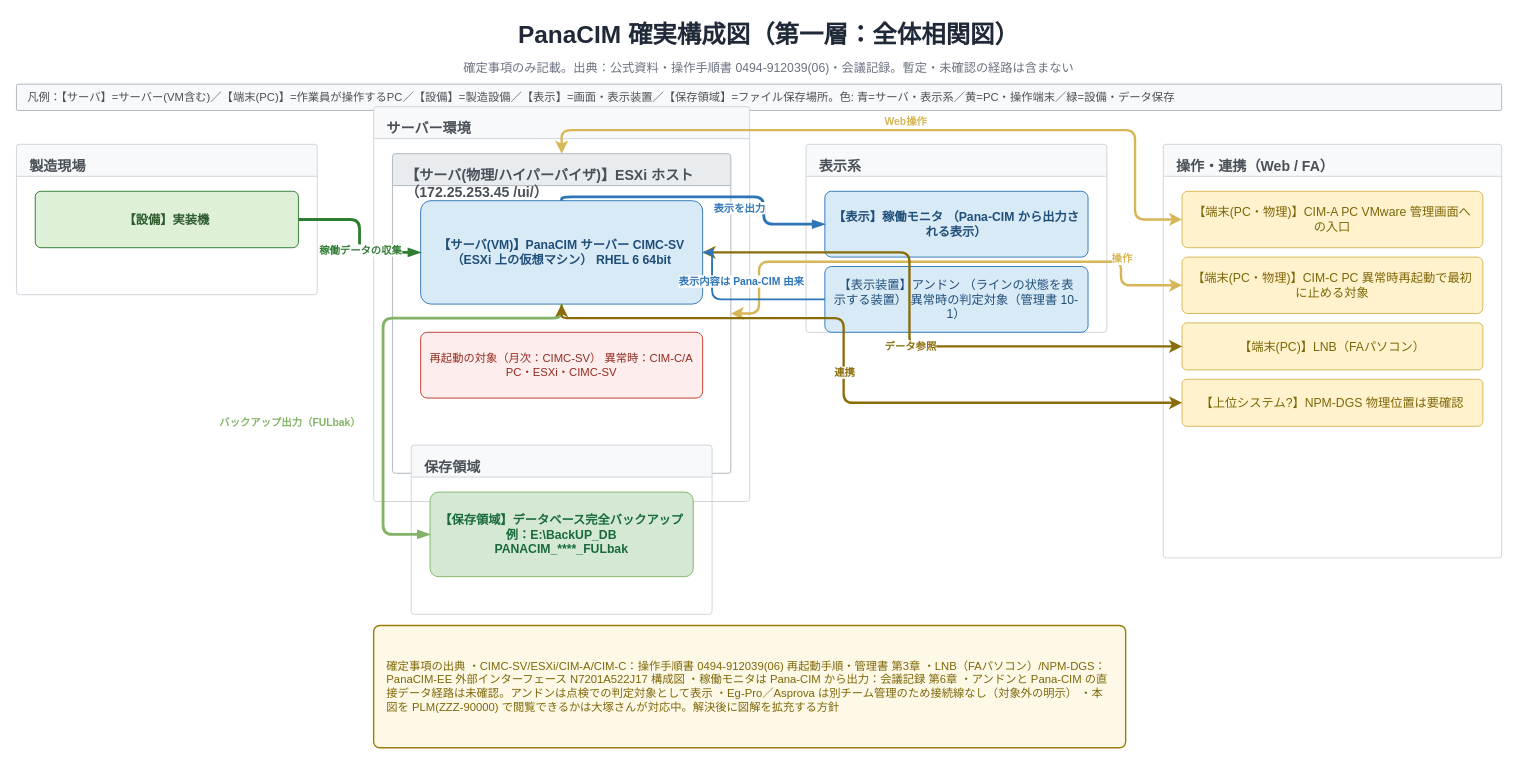
Above: page "第一層_全体相関図" (1 of 4) of workvault-sync/10_業務全般/PanaCIM_LNB/01_成果物/PanaCIM_LNB_確実構成図.drawio in nk-shino/work_vault (draw.io), before the change. Source tidied: cells renumbered, new cells numbered last; positions are measured from the earlier drawing's top-left corner, leaving out a move shared by most shapes. Both pictures are drawn from the tidied source at 94%, with x=0, y=0 at pixel (16, 16).
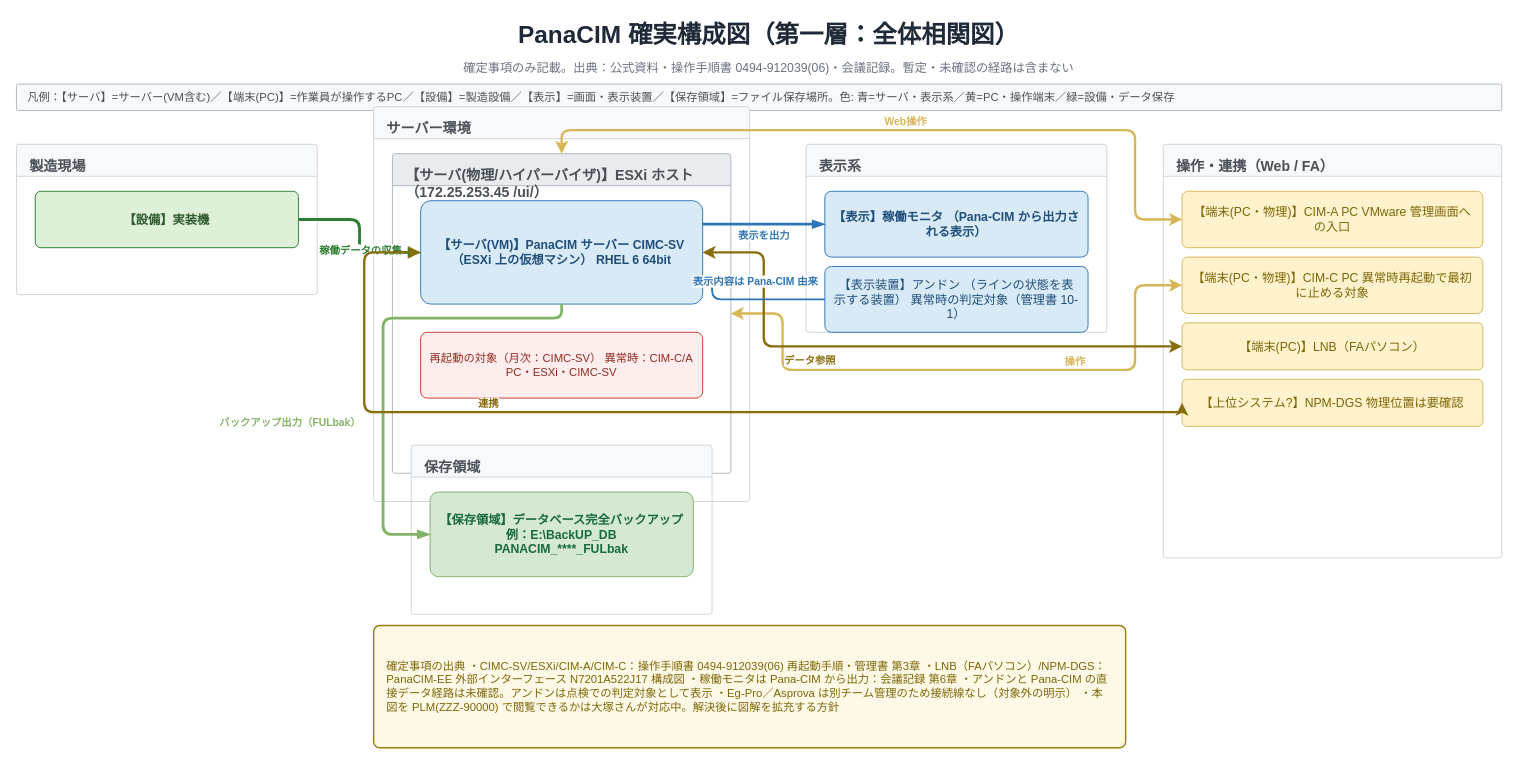
The same page after the edit.

The change refers to these unchanged cells:
```xml
<mxCell id="8" value="【サーバ(物理/ハイパーバイザ)】ESXi ホスト（172.25.253.45 /ui/）" style="swimlane;whiteSpace=wrap;html=1;fontFamily=Meiryo;startSize=34;fillColor=#E9ECEF;strokeColor=#ADB5BD;fontColor=#495057;fontSize=15;fontStyle=1;verticalAlign=top;align=left;spacingLeft=12;spacingTop=8;rounded=1;arcSize=3;" parent="7" vertex="1">
  <mxGeometry x="20" y="50" width="360" height="340" as="geometry" />
</mxCell>
<mxCell id="9" value="【サーバ(VM)】PanaCIM サーバー CIMC-SV（ESXi 上の仮想マシン） RHEL 6 64bit" style="rounded=1;whiteSpace=wrap;html=1;fontFamily=Meiryo;fillColor=#D9EAF7;strokeColor=#2E75B6;fontColor=#1F4E79;fontSize=13;fontStyle=1;arcSize=10;verticalAlign=middle;spacingLeft=8;spacingRight=8;spacingTop=4;spacingBottom=4;" parent="8" vertex="1">
  <mxGeometry x="30" y="50" width="300" height="110" as="geometry" />
</mxCell>
<mxCell id="12" value="【表示】稼働モニタ （Pana-CIM から出力される表示）" style="rounded=1;whiteSpace=wrap;html=1;fontFamily=Meiryo;fillColor=#D9EAF7;strokeColor=#2E75B6;fontColor=#1F4E79;fontSize=13;fontStyle=1;arcSize=10;verticalAlign=middle;spacingLeft=8;spacingRight=8;spacingTop=4;spacingBottom=4;" parent="11" vertex="1">
  <mxGeometry x="20" y="50" width="280" height="70" as="geometry" />
</mxCell>
<mxCell id="13" value="【表示装置】アンドン （ラインの状態を表示する装置） 異常時の判定対象（管理書 10-1）" style="rounded=1;whiteSpace=wrap;html=1;fontFamily=Meiryo;fillColor=#D9EAF7;strokeColor=#2E75B6;fontColor=#1F4E79;fontSize=13;arcSize=10;verticalAlign=middle;spacingLeft=8;spacingRight=8;spacingTop=4;spacingBottom=4;" parent="11" vertex="1">
  <mxGeometry x="20" y="130" width="280" height="70" as="geometry" />
</mxCell>
<mxCell id="18" value="【端末(PC・物理)】CIM-C PC 異常時再起動で最初に止める対象" style="rounded=1;whiteSpace=wrap;html=1;fontFamily=Meiryo;fillColor=#FFF2CC;strokeColor=#D6B656;fontColor=#7D6608;fontSize=13;arcSize=10;verticalAlign=middle;spacingLeft=8;spacingRight=8;spacingTop=4;spacingBottom=4;" parent="16" vertex="1">
  <mxGeometry x="20" y="120" width="320" height="60" as="geometry" />
</mxCell>
<mxCell id="19" value="【端末(PC)】LNB（FAパソコン）" style="rounded=1;whiteSpace=wrap;html=1;fontFamily=Meiryo;fillColor=#FFF2CC;strokeColor=#D6B656;fontColor=#7D6608;fontSize=13;arcSize=10;verticalAlign=middle;spacingLeft=8;spacingRight=8;spacingTop=4;spacingBottom=4;" parent="16" vertex="1">
  <mxGeometry x="20" y="190" width="320" height="50" as="geometry" />
</mxCell>
<mxCell id="20" value="【上位システム?】NPM-DGS 物理位置は要確認" style="rounded=1;whiteSpace=wrap;html=1;fontFamily=Meiryo;fillColor=#FFF2CC;strokeColor=#D6B656;fontColor=#7D6608;fontSize=13;arcSize=10;verticalAlign=middle;spacingLeft=8;spacingRight=8;spacingTop=4;spacingBottom=4;" parent="16" vertex="1">
  <mxGeometry x="20" y="250" width="320" height="50" as="geometry" />
</mxCell>
```

Change to the diagram source:
```diff
@@
-    <mxCell id="23" style="edgeStyle=orthogonalEdgeStyle;rounded=1;html=1;fontFamily=Meiryo;strokeColor=#2E75B6;strokeWidth=3;endArrow=blockThin;endFill=1;fontSize=11;labelBackgroundColor=#FFFFFF;exitX=0.5;exitY=0;entryX=0;entryY=0.5;exitDx=0;exitDy=0;entryDx=0;entryDy=0;" parent="1" edge="1" source="9" target="12">
-      <mxGeometry relative="1" as="geometry">
-        <Array as="points">
-          <mxPoint x="580" y="192" />
-          <mxPoint x="795" y="192" />
-          <mxPoint x="795" y="221" />
-        </Array>
-      </mxGeometry>
+    <mxCell id="23" style="edgeStyle=orthogonalEdgeStyle;rounded=1;html=1;fontFamily=Meiryo;strokeColor=#2E75B6;strokeWidth=3;endArrow=blockThin;endFill=1;fontSize=11;labelBackgroundColor=#FFFFFF;exitX=1;exitY=0.2273;entryX=0;entryY=0.5;exitDx=0;exitDy=0;entryDx=0;entryDy=0;" parent="1" edge="1" source="9" target="12">
+      <mxGeometry relative="1" as="geometry" />
     </mxCell>
     <mxCell id="24" value="表示を出力" style="edgeLabel;html=1;fontFamily=Meiryo;align=center;verticalAlign=middle;fontSize=11;fontColor=#2E75B6;labelBackgroundColor=#FFFFFF;fontStyle=1;" parent="23" vertex="1">
-      <mxGeometry x="0.23" relative="1" as="geometry">
+      <mxGeometry relative="1" as="geometry">
         <mxPoint y="11" as="offset" />
       </mxGeometry>
     </mxCell>
@@
     <mxCell id="29" style="edgeStyle=orthogonalEdgeStyle;rounded=1;html=1;fontFamily=Meiryo;strokeColor=#D6B656;strokeWidth=2.5;startArrow=classic;endArrow=classic;fontSize=11;labelBackgroundColor=#FFFFFF;exitX=0;exitY=0.5;entryX=1;entryY=0.5;exitDx=0;exitDy=0;entryDx=0;entryDy=0;" parent="1" edge="1" source="18" target="8">
       <mxGeometry relative="1" as="geometry">
         <Array as="points">
-          <mxPoint x="1175" y="261" />
-          <mxPoint x="790" y="261" />
-          <mxPoint x="790" y="316" />
+          <mxPoint x="1190" y="376" />
+          <mxPoint x="815" y="376" />
+          <mxPoint x="815" y="316" />
         </Array>
       </mxGeometry>
     </mxCell>
     <mxCell id="30" value="操作" style="edgeLabel;html=1;fontFamily=Meiryo;align=center;verticalAlign=middle;fontSize=11;fontColor=#D6B656;labelBackgroundColor=#FFFFFF;fontStyle=1;" parent="29" vertex="1">
-      <mxGeometry x="-0.7" relative="1" as="geometry">
+      <mxGeometry x="-0.35" relative="1" as="geometry">
         <mxPoint y="-10" as="offset" />
       </mxGeometry>
     </mxCell>
     <mxCell id="31" style="edgeStyle=orthogonalEdgeStyle;rounded=1;html=1;fontFamily=Meiryo;strokeColor=#8A6D0B;strokeWidth=2.5;startArrow=classic;endArrow=classic;fontSize=11;labelBackgroundColor=#FFFFFF;exitX=0;exitY=0.5;entryX=1;entryY=0.5;exitDx=0;exitDy=0;entryDx=0;entryDy=0;" parent="1" edge="1" source="19" target="9">
       <mxGeometry relative="1" as="geometry">
         <Array as="points">
-          <mxPoint x="950" y="351" />
-          <mxPoint x="950" y="251" />
+          <mxPoint x="795" y="251" />
         </Array>
       </mxGeometry>
     </mxCell>
     <mxCell id="32" value="データ参照" style="edgeLabel;html=1;fontFamily=Meiryo;align=center;verticalAlign=middle;fontSize=11;fontColor=#8A6D0B;labelBackgroundColor=#FFFFFF;fontStyle=1;" parent="31" vertex="1">
-      <mxGeometry relative="1" as="geometry">
+      <mxGeometry x="0.3" relative="1" as="geometry">
         <mxPoint y="14" as="offset" />
       </mxGeometry>
     </mxCell>
-    <mxCell id="33" style="edgeStyle=orthogonalEdgeStyle;rounded=1;html=1;fontFamily=Meiryo;strokeColor=#8A6D0B;strokeWidth=2.5;startArrow=classic;endArrow=classic;fontSize=11;labelBackgroundColor=#FFFFFF;exitX=0;exitY=0.5;entryX=0.5;entryY=1;exitDx=0;exitDy=0;entryDx=0;entryDy=0;" parent="1" edge="1" source="20" target="9">
+    <mxCell id="33" style="edgeStyle=orthogonalEdgeStyle;rounded=1;html=1;fontFamily=Meiryo;strokeColor=#8A6D0B;strokeWidth=2.5;startArrow=classic;endArrow=classic;fontSize=11;labelBackgroundColor=#FFFFFF;exitX=0;exitY=0.5;entryX=0;entryY=0.5;exitDx=0;exitDy=0;entryDx=0;entryDy=0;" parent="1" edge="1" source="20" target="9">
       <mxGeometry relative="1" as="geometry">
         <Array as="points">
-          <mxPoint x="880" y="411" />
-          <mxPoint x="880" y="321" />
+          <mxPoint x="370" y="421" />
+          <mxPoint x="370" y="251" />
         </Array>
       </mxGeometry>
     </mxCell>
     <mxCell id="34" value="連携" style="edgeLabel;html=1;fontFamily=Meiryo;align=center;verticalAlign=middle;fontSize=11;fontColor=#8A6D0B;labelBackgroundColor=#FFFFFF;fontStyle=1;" parent="33" vertex="1">
-      <mxGeometry relative="1" as="geometry">
+      <mxGeometry x="0.35" relative="1" as="geometry">
         <mxPoint y="-10" as="offset" />
       </mxGeometry>
     </mxCell>
-    <mxCell id="35" style="edgeStyle=orthogonalEdgeStyle;rounded=1;html=1;fontFamily=Meiryo;strokeColor=#2E75B6;strokeWidth=2;endArrow=blockThin;endFill=1;fontSize=11;labelBackgroundColor=#FFFFFF;exitX=0;exitY=0.5;entryX=1;entryY=0.5;exitDx=0;exitDy=0;entryDx=0;entryDy=0;" parent="1" edge="1" source="13" target="9">
+    <mxCell id="35" style="edgeStyle=orthogonalEdgeStyle;rounded=1;html=1;fontFamily=Meiryo;strokeColor=#2E75B6;strokeWidth=2;endArrow=blockThin;endFill=1;fontSize=11;labelBackgroundColor=#FFFFFF;exitX=0;exitY=0.5;entryX=1;entryY=0.7727;exitDx=0;exitDy=0;entryDx=0;entryDy=0;" parent="1" edge="1" source="13" target="9">
       <mxGeometry relative="1" as="geometry">
         <Array as="points">
           <mxPoint x="740" y="301" />
-          <mxPoint x="740" y="251" />
+          <mxPoint x="740" y="281" />
         </Array>
       </mxGeometry>
     </mxCell>
```
